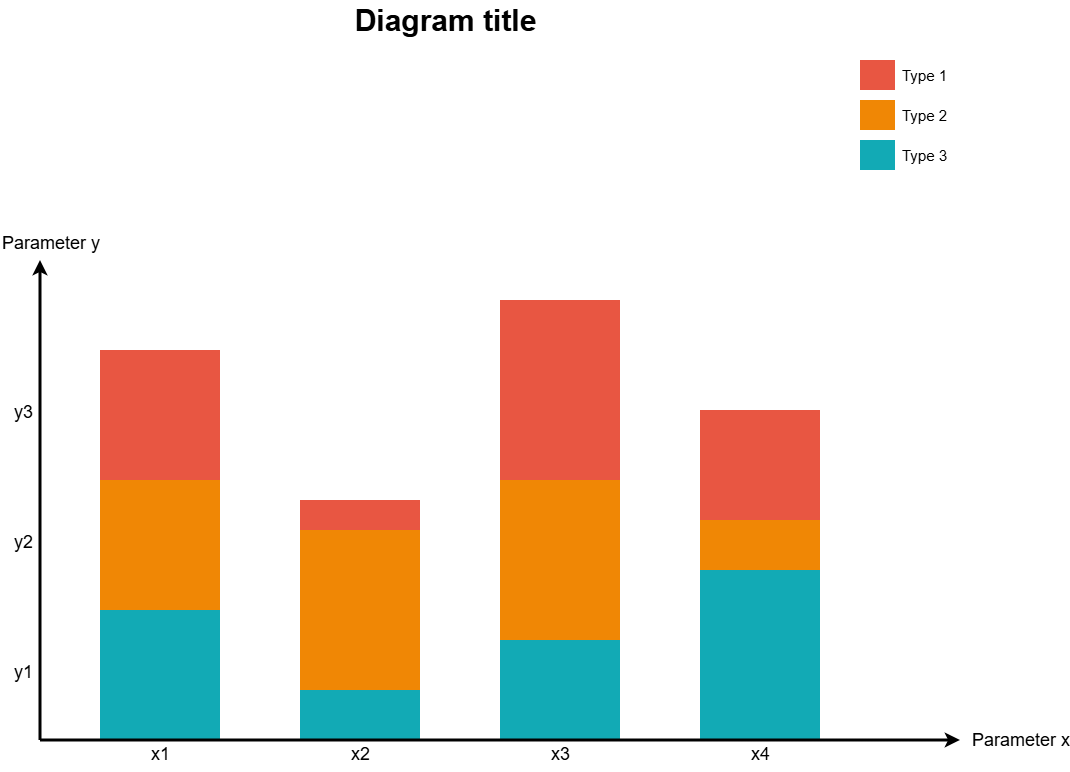
Before: UserAcceptanceTestingSummary.drawio.png, a diagram exported from draw.io (kaisunoo/Acads). Source tidied: cells renumbered, new cells last; positions are measured from the earlier drawing's top-left corner, leaving out a move shared by most shapes. The source it was exported from:
```xml
<mxGraphModel>
  <root>
    <mxCell id="0" />
    <mxCell id="1" parent="0" />
    <mxCell id="2" style="whiteSpace=wrap;fillColor=#12AAB5;gradientColor=none;gradientDirection=east;strokeColor=none;html=1;fontColor=#23445d;" parent="1" vertex="1">
      <mxGeometry x="99.5" y="610.5" width="120" height="130" as="geometry" />
    </mxCell>
    <mxCell id="3" style="whiteSpace=wrap;fillColor=#12AAB5;gradientColor=none;gradientDirection=east;strokeColor=none;html=1;fontColor=#23445d;" parent="1" vertex="1">
      <mxGeometry x="299.5" y="690.5" width="120" height="50" as="geometry" />
    </mxCell>
    <mxCell id="4" style="whiteSpace=wrap;fillColor=#12AAB5;gradientColor=none;gradientDirection=east;strokeColor=none;html=1;fontColor=#23445d;" parent="1" vertex="1">
      <mxGeometry x="499.5" y="640.5" width="120" height="100" as="geometry" />
    </mxCell>
    <mxCell id="5" style="whiteSpace=wrap;fillColor=#12AAB5;gradientColor=none;gradientDirection=east;strokeColor=none;html=1;fontColor=#23445d;" parent="1" vertex="1">
      <mxGeometry x="699.5" y="570.5" width="120" height="170" as="geometry" />
    </mxCell>
    <mxCell id="6" style="edgeStyle=none;html=1;fontColor=#000000;strokeWidth=3;strokeColor=#000000;" parent="1" edge="1">
      <mxGeometry relative="1" as="geometry">
        <mxPoint x="39.5" y="740.5" as="sourcePoint" />
        <mxPoint x="39.5" y="260.5" as="targetPoint" />
      </mxGeometry>
    </mxCell>
    <mxCell id="7" style="whiteSpace=wrap;fillColor=#F08705;gradientColor=none;gradientDirection=east;strokeColor=none;html=1;fontColor=#23445d;" parent="1" vertex="1">
      <mxGeometry x="99.5" y="480.5" width="120" height="130" as="geometry" />
    </mxCell>
    <mxCell id="8" style="whiteSpace=wrap;fillColor=#E85642;gradientColor=none;gradientDirection=east;strokeColor=none;html=1;fontColor=#23445d;" parent="1" vertex="1">
      <mxGeometry x="99.5" y="350.5" width="120" height="130" as="geometry" />
    </mxCell>
    <mxCell id="9" style="whiteSpace=wrap;fillColor=#F08705;gradientColor=none;gradientDirection=east;strokeColor=none;html=1;fontColor=#23445d;" parent="1" vertex="1">
      <mxGeometry x="299.5" y="530.5" width="120" height="160" as="geometry" />
    </mxCell>
    <mxCell id="10" style="whiteSpace=wrap;fillColor=#E85642;gradientColor=none;gradientDirection=east;strokeColor=none;html=1;fontColor=#23445d;" parent="1" vertex="1">
      <mxGeometry x="299.5" y="500.5" width="120" height="30" as="geometry" />
    </mxCell>
    <mxCell id="11" style="whiteSpace=wrap;fillColor=#F08705;gradientColor=none;gradientDirection=east;strokeColor=none;html=1;fontColor=#23445d;" parent="1" vertex="1">
      <mxGeometry x="499.5" y="480.5" width="120" height="160" as="geometry" />
    </mxCell>
    <mxCell id="12" style="whiteSpace=wrap;fillColor=#E85642;gradientColor=none;gradientDirection=east;strokeColor=none;html=1;fontColor=#23445d;" parent="1" vertex="1">
      <mxGeometry x="499.5" y="300.5" width="120" height="180" as="geometry" />
    </mxCell>
    <mxCell id="13" style="edgeStyle=none;html=1;fontColor=#000000;strokeWidth=3;strokeColor=#000000;" parent="1" edge="1">
      <mxGeometry relative="1" as="geometry">
        <mxPoint x="39.5" y="740.5" as="sourcePoint" />
        <mxPoint x="959.5" y="740.5" as="targetPoint" />
      </mxGeometry>
    </mxCell>
    <mxCell id="14" value="Parameter x" style="text;spacingTop=-5;html=1;fontSize=18;fontStyle=0;strokeColor=none;" parent="1" vertex="1">
      <mxGeometry x="969.5" y="728.5" width="80" height="20" as="geometry" />
    </mxCell>
    <mxCell id="15" value="x1" style="text;spacingTop=-5;align=center;verticalAlign=middle;fontStyle=0;html=1;fontSize=18;strokeColor=none;" parent="1" vertex="1">
      <mxGeometry x="99.5" y="742.5" width="120" height="30" as="geometry" />
    </mxCell>
    <mxCell id="16" value="x2" style="text;spacingTop=-5;align=center;verticalAlign=middle;fontStyle=0;html=1;fontSize=18;strokeColor=none;" parent="1" vertex="1">
      <mxGeometry x="299.5" y="742.5" width="120" height="30" as="geometry" />
    </mxCell>
    <mxCell id="17" value="x3" style="text;spacingTop=-5;align=center;verticalAlign=middle;fontStyle=0;html=1;fontSize=18;strokeColor=none;" parent="1" vertex="1">
      <mxGeometry x="499.5" y="742.5" width="120" height="30" as="geometry" />
    </mxCell>
    <mxCell id="18" style="whiteSpace=wrap;fillColor=#12AAB5;gradientColor=none;gradientDirection=east;strokeColor=none;html=1;fontColor=#23445d;" parent="1" vertex="1">
      <mxGeometry x="859.5" y="140.5" width="35" height="30" as="geometry" />
    </mxCell>
    <mxCell id="19" style="whiteSpace=wrap;fillColor=#F08705;gradientColor=none;gradientDirection=east;strokeColor=none;html=1;fontColor=#23445d;" parent="1" vertex="1">
      <mxGeometry x="859.5" y="100.5" width="35" height="30" as="geometry" />
    </mxCell>
    <mxCell id="20" style="whiteSpace=wrap;fillColor=#E85642;gradientColor=none;gradientDirection=east;strokeColor=none;html=1;fontColor=#23445d;" parent="1" vertex="1">
      <mxGeometry x="859.5" y="60.5" width="35" height="30" as="geometry" />
    </mxCell>
    <mxCell id="21" value="Type 1" style="text;spacingTop=-5;html=1;fontSize=15;" parent="1" vertex="1">
      <mxGeometry x="899.5" y="65.5" width="80" height="20" as="geometry" />
    </mxCell>
    <mxCell id="22" value="Type 2" style="text;spacingTop=-5;html=1;fontSize=15;" parent="1" vertex="1">
      <mxGeometry x="899.5" y="105.5" width="80" height="20" as="geometry" />
    </mxCell>
    <mxCell id="23" value="Type 3" style="text;spacingTop=-5;html=1;fontSize=15;" parent="1" vertex="1">
      <mxGeometry x="899.5" y="145.5" width="80" height="20" as="geometry" />
    </mxCell>
    <mxCell id="24" value="Parameter y" style="text;spacingTop=-5;html=1;fontSize=18;fontStyle=0;" parent="1" vertex="1">
      <mxGeometry x="-0.5" y="231.5" width="80" height="20" as="geometry" />
    </mxCell>
    <mxCell id="25" value="y1" style="text;spacingTop=-5;align=center;verticalAlign=middle;fontStyle=0;html=1;fontSize=18;" parent="1" vertex="1">
      <mxGeometry x="7.5" y="610.5" width="30" height="130" as="geometry" />
    </mxCell>
    <mxCell id="26" value="y2" style="text;spacingTop=-5;align=center;verticalAlign=middle;fontStyle=0;html=1;fontSize=18;" parent="1" vertex="1">
      <mxGeometry x="7.5" y="480.5" width="30" height="130" as="geometry" />
    </mxCell>
    <mxCell id="27" value="y3" style="text;spacingTop=-5;align=center;verticalAlign=middle;fontStyle=0;html=1;fontSize=18;" parent="1" vertex="1">
      <mxGeometry x="7.5" y="350.5" width="30" height="130" as="geometry" />
    </mxCell>
    <mxCell id="28" value="&lt;font style=&quot;font-size: 30px;&quot;&gt;Diagram title&lt;/font&gt;" style="text;spacingTop=-5;align=center;verticalAlign=middle;fontSize=30;fontStyle=1;html=1;" parent="1" vertex="1">
      <mxGeometry x="39.5" y="0.5" width="810" height="45" as="geometry" />
    </mxCell>
    <mxCell id="29" style="whiteSpace=wrap;fillColor=#F08705;gradientColor=none;gradientDirection=east;strokeColor=none;html=1;fontColor=#23445d;" parent="1" vertex="1">
      <mxGeometry x="699.5" y="520.5" width="120" height="50" as="geometry" />
    </mxCell>
    <mxCell id="30" style="whiteSpace=wrap;fillColor=#E85642;gradientColor=none;gradientDirection=east;strokeColor=none;html=1;fontColor=#23445d;" parent="1" vertex="1">
      <mxGeometry x="699.5" y="410.5" width="120" height="110" as="geometry" />
    </mxCell>
    <mxCell id="31" value="x4" style="text;spacingTop=-5;align=center;verticalAlign=middle;fontStyle=0;html=1;fontSize=18;strokeColor=none;" parent="1" vertex="1">
      <mxGeometry x="699.5" y="742.5" width="120" height="30" as="geometry" />
    </mxCell>
  </root>
</mxGraphModel>
```
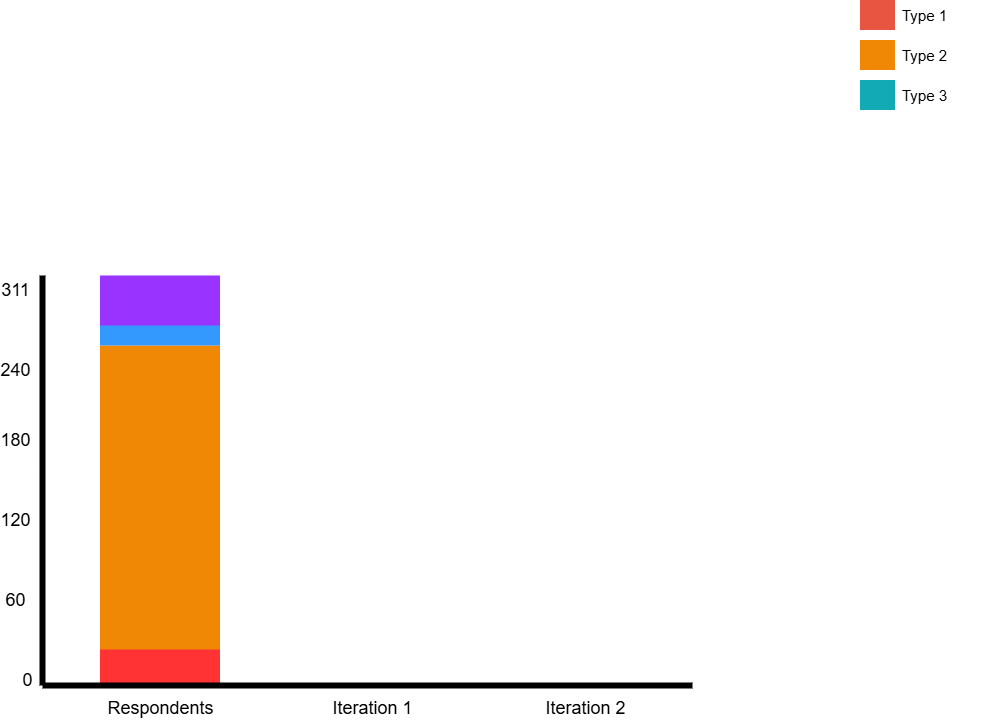
Later version of the same file.

Change to the diagram source:
```diff
@@ -2,59 +2,20 @@
   <root>
     <mxCell id="0" />
     <mxCell id="1" parent="0" />
+    <mxCell id="11" style="whiteSpace=wrap;fillColor=#F08705;gradientColor=none;gradientDirection=east;strokeColor=none;html=1;fontColor=#23445d;" parent="1" vertex="1">
+      <mxGeometry x="99.5" y="406" width="120" height="310" as="geometry" />
+    </mxCell>
-    <mxCell id="2" style="whiteSpace=wrap;fillColor=#12AAB5;gradientColor=none;gradientDirection=east;strokeColor=none;html=1;fontColor=#23445d;" parent="1" vertex="1">
-      <mxGeometry x="99.5" y="610.5" width="120" height="130" as="geometry" />
+    <mxCell id="2" style="whiteSpace=wrap;fillColor=#FF3333;gradientColor=none;gradientDirection=east;strokeColor=none;html=1;fontColor=#23445d;" parent="1" vertex="1">
+      <mxGeometry x="99.5" y="710" width="120" height="33.5" as="geometry" />
     </mxCell>
-    <mxCell id="3" style="whiteSpace=wrap;fillColor=#12AAB5;gradientColor=none;gradientDirection=east;strokeColor=none;html=1;fontColor=#23445d;" parent="1" vertex="1">
-      <mxGeometry x="299.5" y="690.5" width="120" height="50" as="geometry" />
-    </mxCell>
-    <mxCell id="4" style="whiteSpace=wrap;fillColor=#12AAB5;gradientColor=none;gradientDirection=east;strokeColor=none;html=1;fontColor=#23445d;" parent="1" vertex="1">
-      <mxGeometry x="499.5" y="640.5" width="120" height="100" as="geometry" />
-    </mxCell>
-    <mxCell id="5" style="whiteSpace=wrap;fillColor=#12AAB5;gradientColor=none;gradientDirection=east;strokeColor=none;html=1;fontColor=#23445d;" parent="1" vertex="1">
-      <mxGeometry x="699.5" y="570.5" width="120" height="170" as="geometry" />
-    </mxCell>
-    <mxCell id="6" style="edgeStyle=none;html=1;fontColor=#000000;strokeWidth=3;strokeColor=#000000;" parent="1" edge="1">
-      <mxGeometry relative="1" as="geometry">
-        <mxPoint x="39.5" y="740.5" as="sourcePoint" />
-        <mxPoint x="39.5" y="260.5" as="targetPoint" />
-      </mxGeometry>
-    </mxCell>
-    <mxCell id="7" style="whiteSpace=wrap;fillColor=#F08705;gradientColor=none;gradientDirection=east;strokeColor=none;html=1;fontColor=#23445d;" parent="1" vertex="1">
-      <mxGeometry x="99.5" y="480.5" width="120" height="130" as="geometry" />
-    </mxCell>
-    <mxCell id="8" style="whiteSpace=wrap;fillColor=#E85642;gradientColor=none;gradientDirection=east;strokeColor=none;html=1;fontColor=#23445d;" parent="1" vertex="1">
-      <mxGeometry x="99.5" y="350.5" width="120" height="130" as="geometry" />
+    <mxCell id="8" style="whiteSpace=wrap;fillColor=#9933FF;gradientColor=none;gradientDirection=east;strokeColor=none;html=1;fontColor=#23445d;" parent="1" vertex="1">
+      <mxGeometry x="99.5" y="336" width="120" height="50.5" as="geometry" />
     </mxCell>
-    <mxCell id="9" style="whiteSpace=wrap;fillColor=#F08705;gradientColor=none;gradientDirection=east;strokeColor=none;html=1;fontColor=#23445d;" parent="1" vertex="1">
-      <mxGeometry x="299.5" y="530.5" width="120" height="160" as="geometry" />
-    </mxCell>
-    <mxCell id="10" style="whiteSpace=wrap;fillColor=#E85642;gradientColor=none;gradientDirection=east;strokeColor=none;html=1;fontColor=#23445d;" parent="1" vertex="1">
-      <mxGeometry x="299.5" y="500.5" width="120" height="30" as="geometry" />
-    </mxCell>
-    <mxCell id="11" style="whiteSpace=wrap;fillColor=#F08705;gradientColor=none;gradientDirection=east;strokeColor=none;html=1;fontColor=#23445d;" parent="1" vertex="1">
-      <mxGeometry x="499.5" y="480.5" width="120" height="160" as="geometry" />
-    </mxCell>
-    <mxCell id="12" style="whiteSpace=wrap;fillColor=#E85642;gradientColor=none;gradientDirection=east;strokeColor=none;html=1;fontColor=#23445d;" parent="1" vertex="1">
-      <mxGeometry x="499.5" y="300.5" width="120" height="180" as="geometry" />
-    </mxCell>
-    <mxCell id="13" style="edgeStyle=none;html=1;fontColor=#000000;strokeWidth=3;strokeColor=#000000;" parent="1" edge="1">
-      <mxGeometry relative="1" as="geometry">
-        <mxPoint x="39.5" y="740.5" as="sourcePoint" />
-        <mxPoint x="959.5" y="740.5" as="targetPoint" />
-      </mxGeometry>
-    </mxCell>
-    <mxCell id="14" value="Parameter x" style="text;spacingTop=-5;html=1;fontSize=18;fontStyle=0;strokeColor=none;" parent="1" vertex="1">
-      <mxGeometry x="969.5" y="728.5" width="80" height="20" as="geometry" />
-    </mxCell>
-    <mxCell id="15" value="x1" style="text;spacingTop=-5;align=center;verticalAlign=middle;fontStyle=0;html=1;fontSize=18;strokeColor=none;" parent="1" vertex="1">
-      <mxGeometry x="99.5" y="742.5" width="120" height="30" as="geometry" />
+    <mxCell id="15" value="Respondents" style="text;spacingTop=-5;align=center;verticalAlign=middle;fontStyle=0;html=1;fontSize=18;strokeColor=none;" parent="1" vertex="1">
+      <mxGeometry x="99.5" y="756" width="120" height="30" as="geometry" />
     </mxCell>
-    <mxCell id="16" value="x2" style="text;spacingTop=-5;align=center;verticalAlign=middle;fontStyle=0;html=1;fontSize=18;strokeColor=none;" parent="1" vertex="1">
-      <mxGeometry x="299.5" y="742.5" width="120" height="30" as="geometry" />
-    </mxCell>
-    <mxCell id="17" value="x3" style="text;spacingTop=-5;align=center;verticalAlign=middle;fontStyle=0;html=1;fontSize=18;strokeColor=none;" parent="1" vertex="1">
-      <mxGeometry x="499.5" y="742.5" width="120" height="30" as="geometry" />
+    <mxCell id="17" value="Iteration 1" style="text;spacingTop=-5;align=center;verticalAlign=middle;fontStyle=0;html=1;fontSize=18;strokeColor=none;" parent="1" vertex="1">
+      <mxGeometry x="312" y="756" width="120" height="30" as="geometry" />
     </mxCell>
     <mxCell id="18" style="whiteSpace=wrap;fillColor=#12AAB5;gradientColor=none;gradientDirection=east;strokeColor=none;html=1;fontColor=#23445d;" parent="1" vertex="1">
       <mxGeometry x="859.5" y="140.5" width="35" height="30" as="geometry" />
@@ -74,29 +35,41 @@
     <mxCell id="23" value="Type 3" style="text;spacingTop=-5;html=1;fontSize=15;" parent="1" vertex="1">
       <mxGeometry x="899.5" y="145.5" width="80" height="20" as="geometry" />
     </mxCell>
-    <mxCell id="24" value="Parameter y" style="text;spacingTop=-5;html=1;fontSize=18;fontStyle=0;" parent="1" vertex="1">
-      <mxGeometry x="-0.5" y="231.5" width="80" height="20" as="geometry" />
-    </mxCell>
-    <mxCell id="25" value="y1" style="text;spacingTop=-5;align=center;verticalAlign=middle;fontStyle=0;html=1;fontSize=18;" parent="1" vertex="1">
-      <mxGeometry x="7.5" y="610.5" width="30" height="130" as="geometry" />
+    <mxCell id="25" value="0" style="text;spacingTop=-5;align=center;verticalAlign=middle;fontStyle=0;html=1;fontSize=18;" parent="1" vertex="1">
+      <mxGeometry x="12" y="726" width="30" height="34.5" as="geometry" />
     </mxCell>
-    <mxCell id="26" value="y2" style="text;spacingTop=-5;align=center;verticalAlign=middle;fontStyle=0;html=1;fontSize=18;" parent="1" vertex="1">
-      <mxGeometry x="7.5" y="480.5" width="30" height="130" as="geometry" />
-    </mxCell>
-    <mxCell id="27" value="y3" style="text;spacingTop=-5;align=center;verticalAlign=middle;fontStyle=0;html=1;fontSize=18;" parent="1" vertex="1">
-      <mxGeometry x="7.5" y="350.5" width="30" height="130" as="geometry" />
-    </mxCell>
-    <mxCell id="28" value="&lt;font style=&quot;font-size: 30px;&quot;&gt;Diagram title&lt;/font&gt;" style="text;spacingTop=-5;align=center;verticalAlign=middle;fontSize=30;fontStyle=1;html=1;" parent="1" vertex="1">
-      <mxGeometry x="39.5" y="0.5" width="810" height="45" as="geometry" />
-    </mxCell>
-    <mxCell id="29" style="whiteSpace=wrap;fillColor=#F08705;gradientColor=none;gradientDirection=east;strokeColor=none;html=1;fontColor=#23445d;" parent="1" vertex="1">
-      <mxGeometry x="699.5" y="520.5" width="120" height="50" as="geometry" />
-    </mxCell>
-    <mxCell id="30" style="whiteSpace=wrap;fillColor=#E85642;gradientColor=none;gradientDirection=east;strokeColor=none;html=1;fontColor=#23445d;" parent="1" vertex="1">
-      <mxGeometry x="699.5" y="410.5" width="120" height="110" as="geometry" />
-    </mxCell>
-    <mxCell id="31" value="x4" style="text;spacingTop=-5;align=center;verticalAlign=middle;fontStyle=0;html=1;fontSize=18;strokeColor=none;" parent="1" vertex="1">
-      <mxGeometry x="699.5" y="742.5" width="120" height="30" as="geometry" />
+    <mxCell id="31" value="Iteration 2" style="text;spacingTop=-5;align=center;verticalAlign=middle;fontStyle=0;html=1;fontSize=18;strokeColor=none;" parent="1" vertex="1">
+      <mxGeometry x="524.5" y="756" width="120" height="30" as="geometry" />
     </mxCell>
+    <mxCell id="32" style="whiteSpace=wrap;fillColor=#3399FF;gradientColor=none;gradientDirection=east;strokeColor=none;html=1;fontColor=#23445d;" parent="1" vertex="1">
+      <mxGeometry x="99.5" y="386" width="120" height="20" as="geometry" />
+    </mxCell>
+    <mxCell id="33" value="311" style="text;spacingTop=-5;align=center;verticalAlign=middle;fontStyle=0;html=1;fontSize=18;" parent="1" vertex="1">
+      <mxGeometry x="-0.5" y="336" width="30" height="34.5" as="geometry" />
+    </mxCell>
+    <mxCell id="34" style="endArrow=none;html=1;rounded=0;strokeWidth=6;" parent="1" edge="1">
+      <mxGeometry relative="1" as="geometry">
+        <mxPoint x="42" y="746" as="sourcePoint" />
+        <mxPoint x="692" y="746" as="targetPoint" />
+      </mxGeometry>
+    </mxCell>
+    <mxCell id="35" style="endArrow=none;html=1;rounded=0;strokeWidth=6;" parent="1" edge="1">
+      <mxGeometry relative="1" as="geometry">
+        <mxPoint x="42" y="336" as="sourcePoint" />
+        <mxPoint x="42" y="746" as="targetPoint" />
+      </mxGeometry>
+    </mxCell>
+    <mxCell id="36" value="60" style="text;spacingTop=-5;align=center;verticalAlign=middle;fontStyle=0;html=1;fontSize=18;" parent="1" vertex="1">
+      <mxGeometry x="-0.5" y="646" width="30" height="34.5" as="geometry" />
+    </mxCell>
+    <mxCell id="37" value="120" style="text;spacingTop=-5;align=center;verticalAlign=middle;fontStyle=0;html=1;fontSize=18;" parent="1" vertex="1">
+      <mxGeometry x="-0.5" y="566" width="30" height="34.5" as="geometry" />
+    </mxCell>
+    <mxCell id="38" value="180" style="text;spacingTop=-5;align=center;verticalAlign=middle;fontStyle=0;html=1;fontSize=18;" parent="1" vertex="1">
+      <mxGeometry x="-0.5" y="486" width="30" height="34.5" as="geometry" />
+    </mxCell>
+    <mxCell id="39" value="240" style="text;spacingTop=-5;align=center;verticalAlign=middle;fontStyle=0;html=1;fontSize=18;" parent="1" vertex="1">
+      <mxGeometry x="-0.5" y="416" width="30" height="34.5" as="geometry" />
+    </mxCell>
   </root>
 </mxGraphModel>
```
